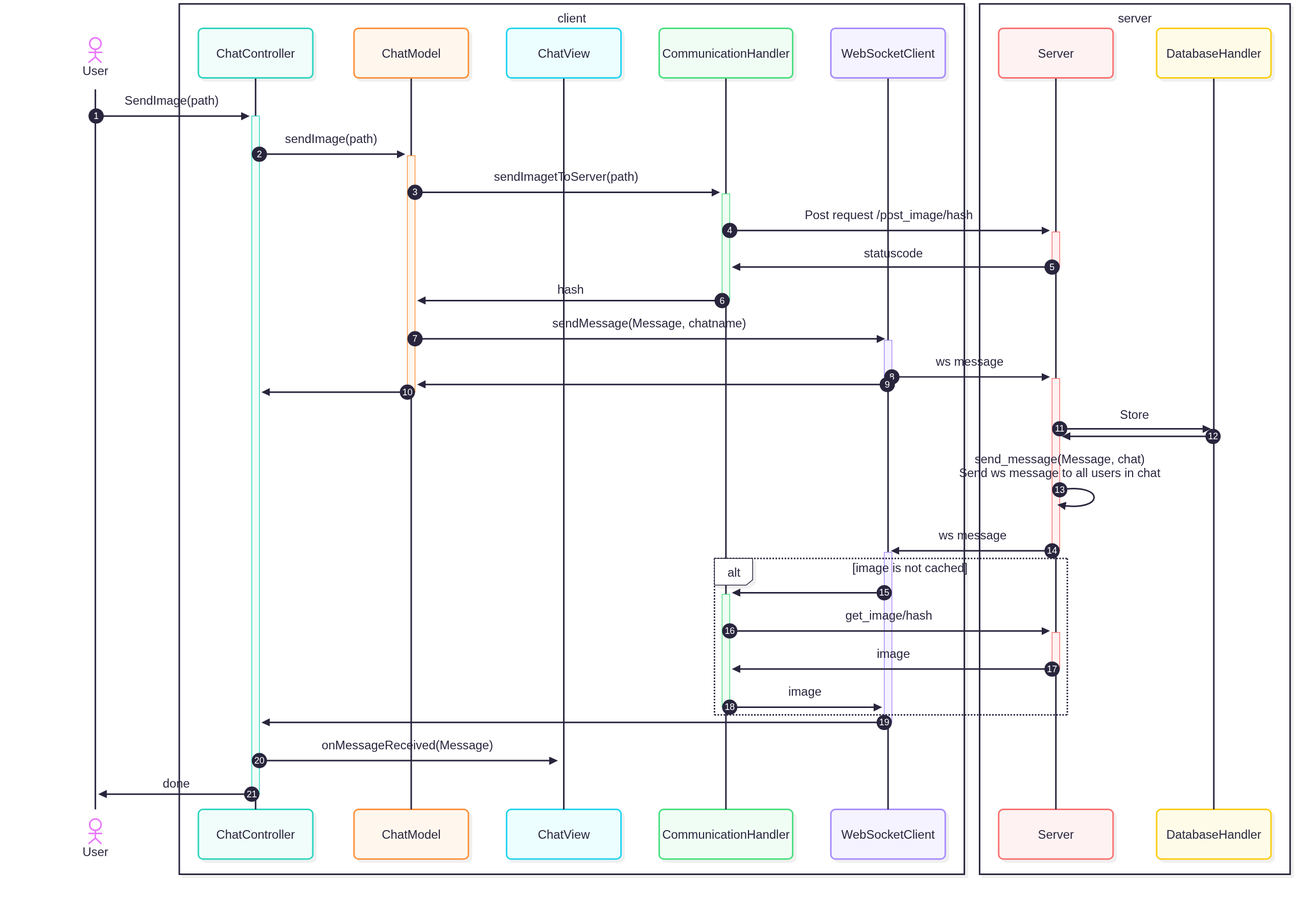
The Mermaid diagram SeqSendImage.png in Anaemix/OOA_grupp9, before a commit. Its source is kept beside it as SeqSendImage.mmd.
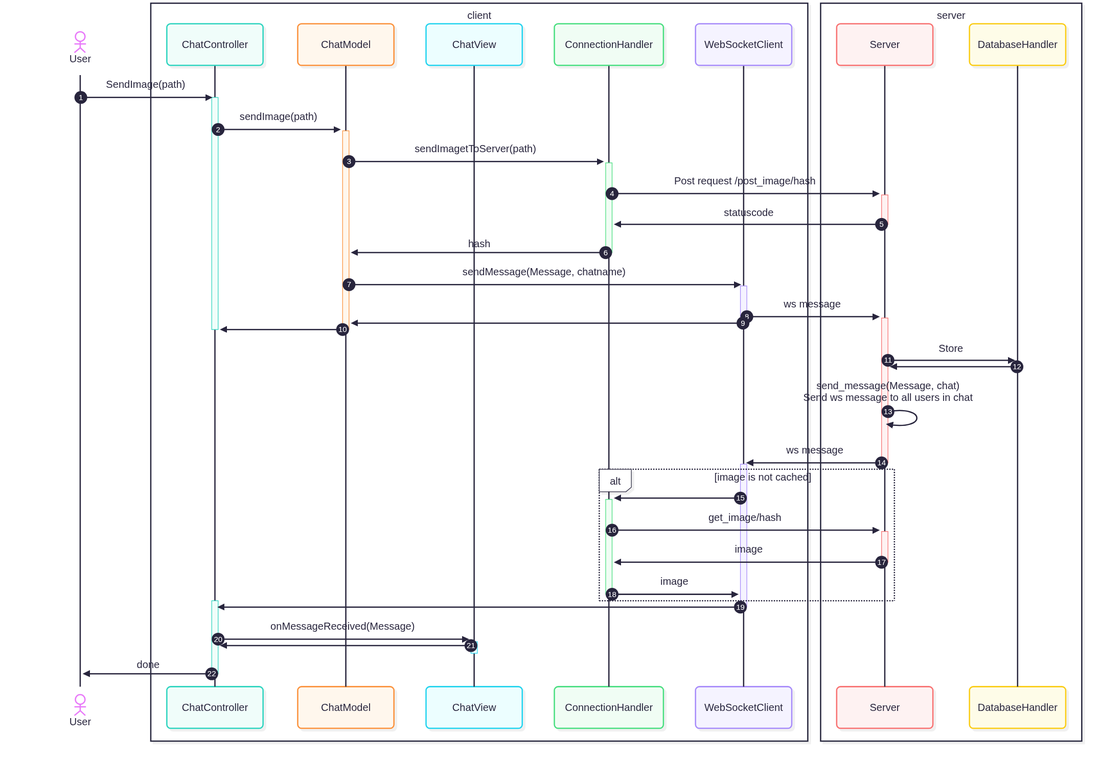
After the commit.

Change to the diagram source:
```diff
@@ -5,14 +5,15 @@
         Participant C as ChatController
         Participant M as ChatModel
         Participant V as ChatView
-        Participant Com as CommunicationHandler
+        Participant Com as ConnectionHandler
         Participant web as WebSocketClient
     end
     box server
         Participant S as Server
         Participant DB as DatabaseHandler
     end
-    U->>+C: SendImage(path)
+    U->>C: SendImage(path)
+    activate C
         C->>+M: sendImage(path)
             M->>+Com: sendImagetToServer(path)
                 Com->>+S: Post request /post_image/hash
@@ -24,6 +25,7 @@
                 deactivate web
                 web->>M:
             M->>-C:
+            deactivate C
                     S->>DB: Store
                     DB->>S:
                     S->>S: send_message(Message, chat)<br>Send ws message to all users in chat
@@ -36,6 +38,9 @@
                     Com->>-web: image
                 end
         web->>C:
+        activate C
         deactivate web
         C->>+V: onMessageReceived(Message)
-    C->>-U: done
+        V->>-C:
+    C->>U: done
+    deactivate C
```
